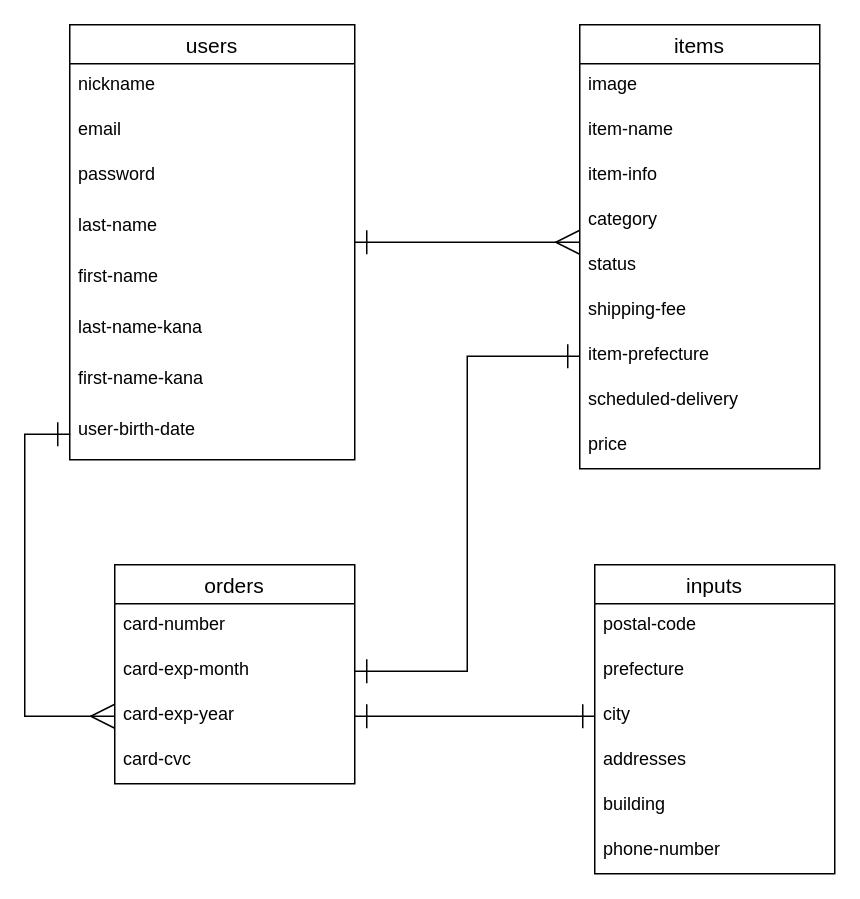
umbsa/furima-35403 keeps this draw.io diagram as test.dio. Above is the earlier version. Source tidied: cells renumbered, new cells numbered last; positions are measured from the earlier drawing's top-left corner, leaving out a move shared by most shapes. Both pictures are drawn from the tidied source at 150%, with x=0, y=0 at pixel (69, 24).
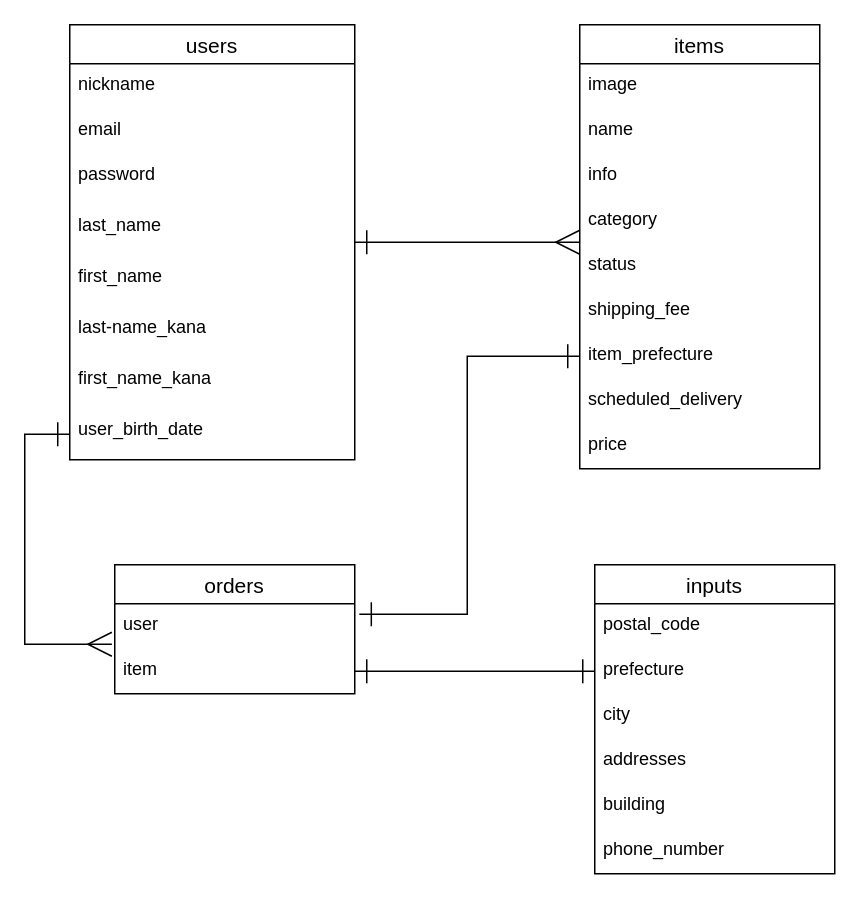
The same page after the edit.

The change refers to these unchanged cells:
```xml
<mxCell id="3" value="users" style="swimlane;fontStyle=0;horizontal=1;startSize=26;align=center;fontSize=14;" parent="1" vertex="1">
  <mxGeometry width="190" height="290" as="geometry" />
</mxCell>
<mxCell id="12" value="items" style="swimlane;fontStyle=0;horizontal=1;startSize=26;align=center;fontSize=14;" parent="1" vertex="1">
  <mxGeometry x="340" width="160" height="296" as="geometry" />
</mxCell>
<mxCell id="27" value="inputs" style="swimlane;fontStyle=0;horizontal=1;startSize=26;align=center;fontSize=14;" parent="1" vertex="1">
  <mxGeometry x="350" y="360" width="160" height="206" as="geometry" />
</mxCell>
<mxCell id="29" value="prefecture" style="text;strokeColor=none;fillColor=none;spacingLeft=4;spacingRight=4;overflow=hidden;points=[[0,0.5],[1,0.5]];portConstraint=eastwest;fontSize=12;" parent="27" vertex="1">
  <mxGeometry y="56" width="160" height="30" as="geometry" />
</mxCell>
<mxCell id="30" value="city" style="text;strokeColor=none;fillColor=none;spacingLeft=4;spacingRight=4;overflow=hidden;points=[[0,0.5],[1,0.5]];portConstraint=eastwest;fontSize=12;" parent="27" vertex="1">
  <mxGeometry y="86" width="160" height="30" as="geometry" />
</mxCell>
```

What changed in the source:
```diff
@@
-    <mxCell id="7" value="last-name" style="text;strokeColor=none;fillColor=none;spacingLeft=4;spacingRight=4;overflow=hidden;fontSize=12;" parent="3" vertex="1">
+    <mxCell id="7" value="last_name" style="text;strokeColor=none;fillColor=none;spacingLeft=4;spacingRight=4;overflow=hidden;fontSize=12;" parent="3" vertex="1">
       <mxGeometry y="120" width="190" height="34" as="geometry" />
     </mxCell>
-    <mxCell id="8" value="first-name" style="text;strokeColor=none;fillColor=none;spacingLeft=4;spacingRight=4;overflow=hidden;fontSize=12;" parent="3" vertex="1">
+    <mxCell id="8" value="first_name" style="text;strokeColor=none;fillColor=none;spacingLeft=4;spacingRight=4;overflow=hidden;fontSize=12;" parent="3" vertex="1">
       <mxGeometry y="154" width="190" height="34" as="geometry" />
     </mxCell>
-    <mxCell id="9" value="last-name-kana" style="text;strokeColor=none;fillColor=none;spacingLeft=4;spacingRight=4;overflow=hidden;fontSize=12;" parent="3" vertex="1">
+    <mxCell id="9" value="last-name_kana" style="text;strokeColor=none;fillColor=none;spacingLeft=4;spacingRight=4;overflow=hidden;fontSize=12;" parent="3" vertex="1">
       <mxGeometry y="188" width="190" height="34" as="geometry" />
     </mxCell>
-    <mxCell id="10" value="first-name-kana" style="text;strokeColor=none;fillColor=none;spacingLeft=4;spacingRight=4;overflow=hidden;fontSize=12;" parent="3" vertex="1">
+    <mxCell id="10" value="first_name_kana" style="text;strokeColor=none;fillColor=none;spacingLeft=4;spacingRight=4;overflow=hidden;fontSize=12;" parent="3" vertex="1">
       <mxGeometry y="222" width="190" height="34" as="geometry" />
     </mxCell>
-    <mxCell id="11" value="user-birth-date" style="text;strokeColor=none;fillColor=none;spacingLeft=4;spacingRight=4;overflow=hidden;points=[[0,0.5],[1,0.5]];portConstraint=eastwest;fontSize=12;" parent="3" vertex="1">
+    <mxCell id="11" value="user_birth_date" style="text;strokeColor=none;fillColor=none;spacingLeft=4;spacingRight=4;overflow=hidden;points=[[0,0.5],[1,0.5]];portConstraint=eastwest;fontSize=12;" parent="3" vertex="1">
       <mxGeometry y="256" width="190" height="34" as="geometry" />
     </mxCell>
@@
-    <mxCell id="14" value="item-name" style="text;strokeColor=none;fillColor=none;spacingLeft=4;spacingRight=4;overflow=hidden;fontSize=12;" parent="12" vertex="1">
+    <mxCell id="14" value="name" style="text;strokeColor=none;fillColor=none;spacingLeft=4;spacingRight=4;overflow=hidden;fontSize=12;" parent="12" vertex="1">
       <mxGeometry y="56" width="160" height="30" as="geometry" />
     </mxCell>
-    <mxCell id="15" value="item-info" style="text;strokeColor=none;fillColor=none;spacingLeft=4;spacingRight=4;overflow=hidden;fontSize=12;" parent="12" vertex="1">
+    <mxCell id="15" value="info" style="text;strokeColor=none;fillColor=none;spacingLeft=4;spacingRight=4;overflow=hidden;fontSize=12;" parent="12" vertex="1">
       <mxGeometry y="86" width="160" height="30" as="geometry" />
     </mxCell>
@@
-    <mxCell id="18" value="shipping-fee" style="text;strokeColor=none;fillColor=none;spacingLeft=4;spacingRight=4;overflow=hidden;fontSize=12;" parent="12" vertex="1">
+    <mxCell id="18" value="shipping_fee" style="text;strokeColor=none;fillColor=none;spacingLeft=4;spacingRight=4;overflow=hidden;fontSize=12;" parent="12" vertex="1">
       <mxGeometry y="176" width="160" height="30" as="geometry" />
     </mxCell>
-    <mxCell id="19" value="item-prefecture" style="text;strokeColor=none;fillColor=none;spacingLeft=4;spacingRight=4;overflow=hidden;points=[[0,0.5],[1,0.5]];portConstraint=eastwest;fontSize=12;" parent="12" vertex="1">
+    <mxCell id="19" value="item_prefecture" style="text;strokeColor=none;fillColor=none;spacingLeft=4;spacingRight=4;overflow=hidden;points=[[0,0.5],[1,0.5]];portConstraint=eastwest;fontSize=12;" parent="12" vertex="1">
       <mxGeometry y="206" width="160" height="30" as="geometry" />
     </mxCell>
-    <mxCell id="20" value="scheduled-delivery" style="text;strokeColor=none;fillColor=none;spacingLeft=4;spacingRight=4;overflow=hidden;fontSize=12;" parent="12" vertex="1">
+    <mxCell id="20" value="scheduled_delivery" style="text;strokeColor=none;fillColor=none;spacingLeft=4;spacingRight=4;overflow=hidden;fontSize=12;" parent="12" vertex="1">
       <mxGeometry y="236" width="160" height="30" as="geometry" />
     </mxCell>
@@
     <mxCell id="22" value="orders" style="swimlane;fontStyle=0;horizontal=1;startSize=26;align=center;fontSize=14;" parent="1" vertex="1">
-      <mxGeometry x="30" y="360" width="160" height="146" as="geometry" />
+      <mxGeometry x="30" y="360" width="160" height="86" as="geometry" />
     </mxCell>
-    <mxCell id="23" value="card-number" style="text;strokeColor=none;fillColor=none;spacingLeft=4;spacingRight=4;overflow=hidden;points=[[0,0.5],[1,0.5]];portConstraint=eastwest;fontSize=12;" parent="22" vertex="1">
+    <mxCell id="23" value="user" style="text;strokeColor=none;fillColor=none;spacingLeft=4;spacingRight=4;overflow=hidden;points=[[0,0.5],[1,0.5]];portConstraint=eastwest;fontSize=12;" parent="22" vertex="1">
       <mxGeometry y="26" width="160" height="30" as="geometry" />
     </mxCell>
-    <mxCell id="24" value="card-exp-month" style="text;strokeColor=none;fillColor=none;spacingLeft=4;spacingRight=4;overflow=hidden;points=[[0,0.5],[1,0.5]];portConstraint=eastwest;fontSize=12;" parent="22" vertex="1">
+    <mxCell id="24" value="item" style="text;strokeColor=none;fillColor=none;spacingLeft=4;spacingRight=4;overflow=hidden;points=[[0,0.5],[1,0.5]];portConstraint=eastwest;fontSize=12;" parent="22" vertex="1">
       <mxGeometry y="56" width="160" height="30" as="geometry" />
     </mxCell>
-    <mxCell id="25" value="card-exp-year" style="text;strokeColor=none;fillColor=none;spacingLeft=4;spacingRight=4;overflow=hidden;points=[[0,0.5],[1,0.5]];portConstraint=eastwest;fontSize=12;" parent="22" vertex="1">
-      <mxGeometry y="86" width="160" height="30" as="geometry" />
-    </mxCell>
-    <mxCell id="26" value="card-cvc" style="text;strokeColor=none;fillColor=none;spacingLeft=4;spacingRight=4;overflow=hidden;fontSize=12;" parent="22" vertex="1">
-      <mxGeometry y="116" width="160" height="30" as="geometry" />
-    </mxCell>
@@
-    <mxCell id="28" value="postal-code" style="text;strokeColor=none;fillColor=none;spacingLeft=4;spacingRight=4;overflow=hidden;fontSize=12;" parent="27" vertex="1">
+    <mxCell id="28" value="postal_code" style="text;strokeColor=none;fillColor=none;spacingLeft=4;spacingRight=4;overflow=hidden;fontSize=12;" parent="27" vertex="1">
       <mxGeometry y="26" width="160" height="30" as="geometry" />
     </mxCell>
@@
-    <mxCell id="33" value="phone-number" style="text;strokeColor=none;fillColor=none;spacingLeft=4;spacingRight=4;overflow=hidden;fontSize=12;" parent="27" vertex="1">
+    <mxCell id="33" value="phone_number" style="text;strokeColor=none;fillColor=none;spacingLeft=4;spacingRight=4;overflow=hidden;fontSize=12;" parent="27" vertex="1">
       <mxGeometry y="176" width="160" height="30" as="geometry" />
     </mxCell>
-    <mxCell id="34" style="edgeStyle=orthogonalEdgeStyle;rounded=0;jettySize=auto;html=1;exitX=1;exitY=0.5;exitDx=0;exitDy=0;entryX=0;entryY=0.5;entryDx=0;entryDy=0;endArrow=ERone;endFill=0;endSize=14;strokeWidth=1;startArrow=ERone;startFill=0;sourcePerimeterSpacing=0;startSize=14;" parent="1" edge="1" source="25" target="30">
-      <mxGeometry relative="1" as="geometry" />
-    </mxCell>
-    <mxCell id="35" style="edgeStyle=orthogonalEdgeStyle;rounded=0;jettySize=auto;html=1;exitX=0;exitY=0.5;exitDx=0;exitDy=0;entryX=0;entryY=0.5;entryDx=0;entryDy=0;startArrow=ERone;startFill=0;startSize=14;sourcePerimeterSpacing=0;endArrow=ERmany;endFill=0;endSize=14;strokeWidth=1;" parent="1" edge="1" source="11" target="25">
+    <mxCell id="35" style="edgeStyle=orthogonalEdgeStyle;rounded=0;jettySize=auto;html=1;exitX=0;exitY=0.5;exitDx=0;exitDy=0;startArrow=ERone;startFill=0;startSize=14;sourcePerimeterSpacing=0;endArrow=ERmany;endFill=0;endSize=14;strokeWidth=1;entryX=-0.012;entryY=-0.1;entryDx=0;entryDy=0;entryPerimeter=0;" parent="1" edge="1" source="11" target="24">
       <mxGeometry relative="1" as="geometry" />
     </mxCell>
-    <mxCell id="36" style="edgeStyle=orthogonalEdgeStyle;rounded=0;jettySize=auto;html=1;exitX=0;exitY=0.5;exitDx=0;exitDy=0;entryX=1;entryY=0.5;entryDx=0;entryDy=0;startArrow=ERone;startFill=0;startSize=14;sourcePerimeterSpacing=0;endArrow=ERone;endFill=0;endSize=14;strokeWidth=1;" parent="1" edge="1" source="19" target="24">
+    <mxCell id="36" style="edgeStyle=orthogonalEdgeStyle;rounded=0;jettySize=auto;html=1;exitX=0;exitY=0.5;exitDx=0;exitDy=0;entryX=1.019;entryY=0.233;entryDx=0;entryDy=0;startArrow=ERone;startFill=0;startSize=14;sourcePerimeterSpacing=0;endArrow=ERone;endFill=0;endSize=14;strokeWidth=1;entryPerimeter=0;" parent="1" edge="1" source="19" target="23">
       <mxGeometry relative="1" as="geometry" />
     </mxCell>
+    <mxCell id="37" style="edgeStyle=orthogonalEdgeStyle;rounded=0;jettySize=auto;html=1;exitX=1;exitY=0.5;exitDx=0;exitDy=0;entryX=0;entryY=0.5;entryDx=0;entryDy=0;startArrow=ERone;startFill=0;startSize=14;sourcePerimeterSpacing=0;endArrow=ERone;endFill=0;endSize=14;strokeWidth=1;" parent="1" edge="1" source="24" target="29">
+      <mxGeometry relative="1" as="geometry" />
+    </mxCell>
```
